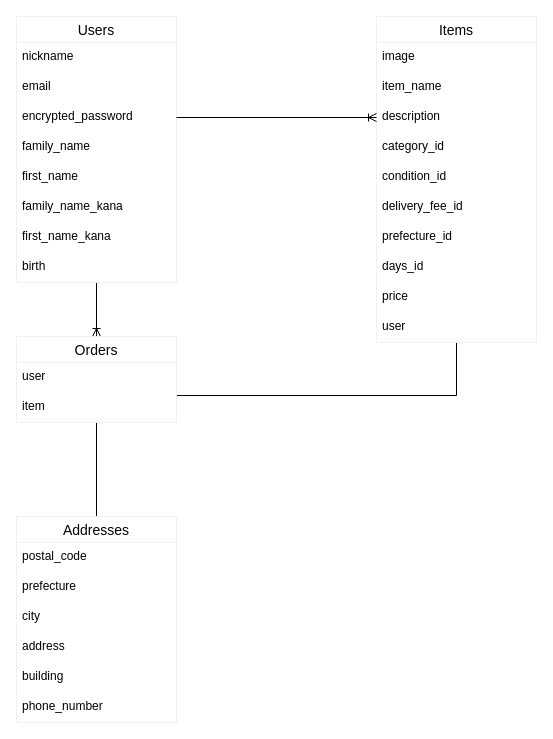
Above: ER.dio in yukyamam/furima-36877 (draw.io), before the change. Source tidied: cells renumbered, new cells numbered last; positions are measured from the earlier drawing's top-left corner, leaving out a move shared by most shapes. Both pictures are drawn from the tidied source at 100%, with x=0, y=0 at pixel (16, 16).
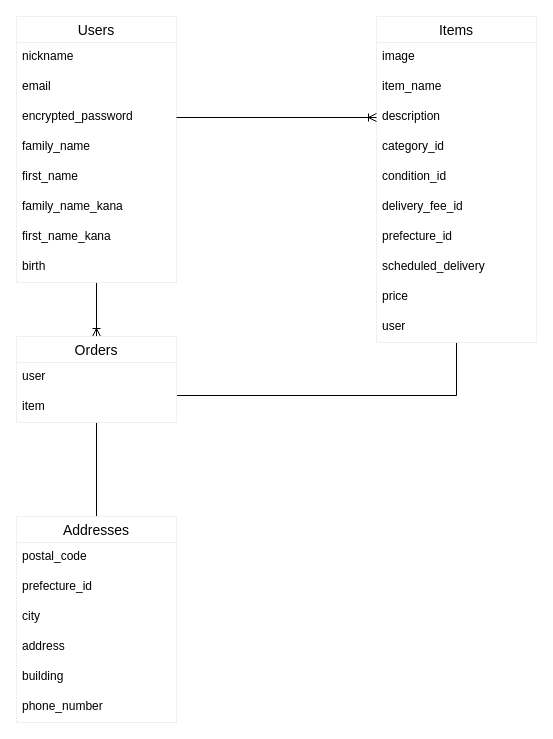
The same diagram, later.

Unchanged cells that the change refers to:
```xml
<mxCell id="13" value="Items" style="swimlane;fontStyle=0;horizontal=1;startSize=26;align=center;fontSize=14;shadow=0;strokeColor=#f0f0f0;" parent="1" vertex="1">
  <mxGeometry x="360" width="160" height="326" as="geometry" />
</mxCell>
<mxCell id="28" value="Addresses" style="swimlane;fontStyle=0;horizontal=1;startSize=26;align=center;fontSize=14;shadow=0;strokeColor=#f0f0f0;" parent="1" vertex="1">
  <mxGeometry y="500" width="160" height="206" as="geometry" />
</mxCell>
```

Change to the diagram source:
```diff
@@
-    <mxCell id="21" value="days_id" style="text;strokeColor=none;fillColor=none;spacingLeft=4;spacingRight=4;overflow=hidden;fontSize=12;" parent="13" vertex="1">
+    <mxCell id="21" value="scheduled_delivery" style="text;strokeColor=none;fillColor=none;spacingLeft=4;spacingRight=4;overflow=hidden;fontSize=12;" parent="13" vertex="1">
       <mxGeometry y="236" width="160" height="30" as="geometry" />
     </mxCell>
@@
-    <mxCell id="30" value="prefecture" style="text;strokeColor=none;fillColor=none;spacingLeft=4;spacingRight=4;overflow=hidden;fontSize=12;" parent="28" vertex="1">
+    <mxCell id="30" value="prefecture_id" style="text;strokeColor=none;fillColor=none;spacingLeft=4;spacingRight=4;overflow=hidden;fontSize=12;" parent="28" vertex="1">
       <mxGeometry y="56" width="160" height="30" as="geometry" />
     </mxCell>
```
